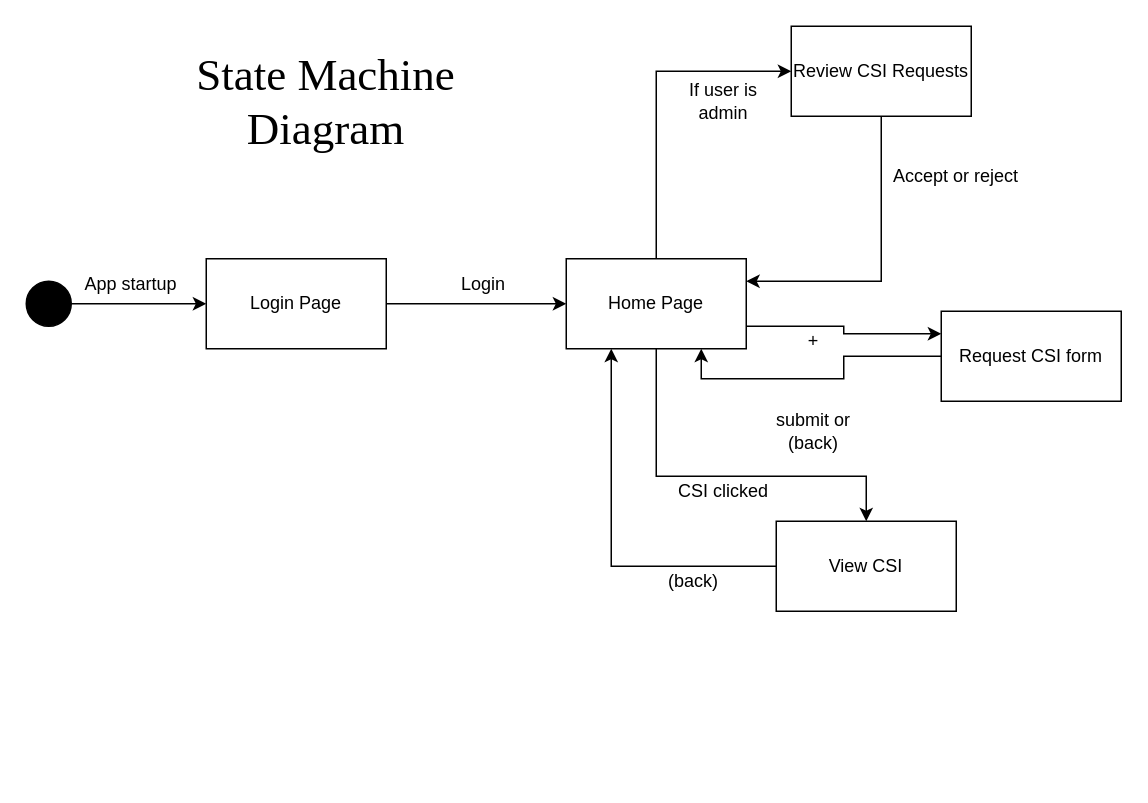
Before: Diagrams/State_diagram.drawio in Makizoro/Overclock, a draw.io diagram. Source tidied: cells renumbered, new cells numbered last; positions are measured from the earlier drawing's top-left corner, leaving out a move shared by most shapes. Both pictures are drawn from the tidied source at 150%, with x=0, y=0 at pixel (26, 26).
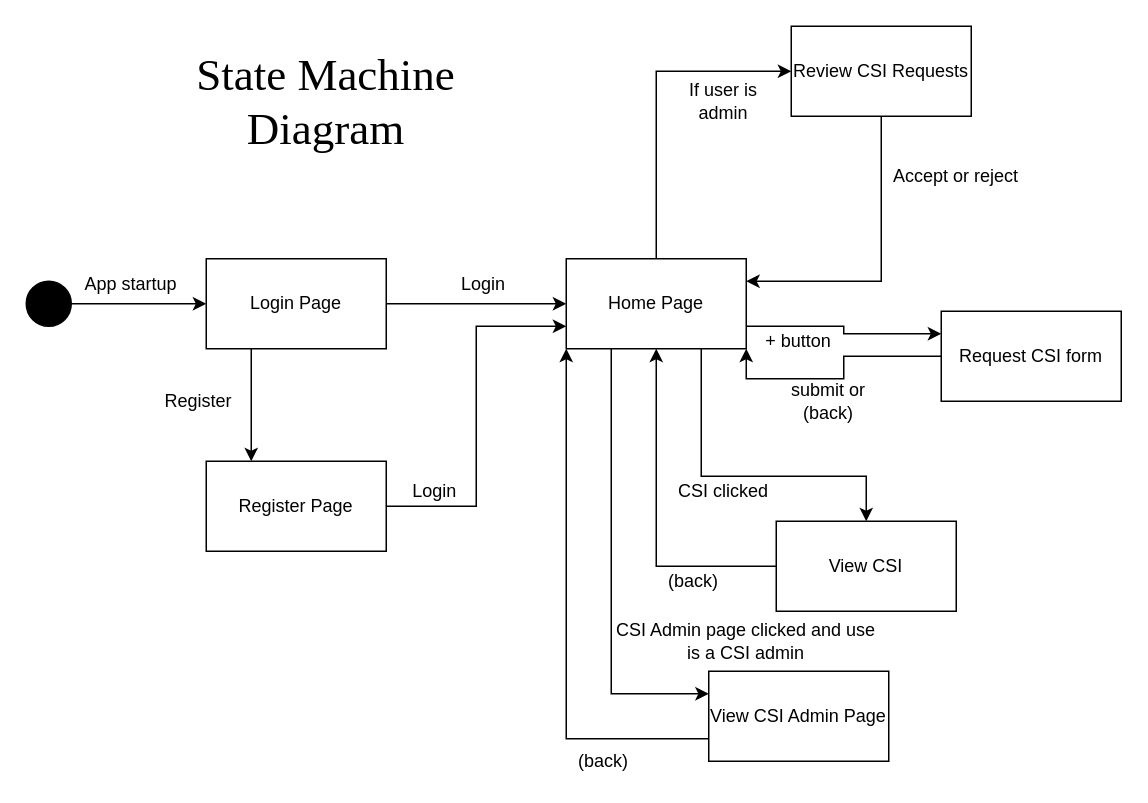
Above is the later version.

Unchanged cells that the change refers to:
```xml
<mxCell id="5" value="Login Page" style="rounded=0;whiteSpace=wrap;html=1;fillColor=#FFFFFF;" parent="1" vertex="1">
  <mxGeometry x="120" y="155" width="120" height="60" as="geometry" />
</mxCell>
<mxCell id="10" value="Home Page" style="rounded=0;whiteSpace=wrap;html=1;fillColor=#FFFFFF;" parent="1" vertex="1">
  <mxGeometry x="360" y="155" width="120" height="60" as="geometry" />
</mxCell>
<mxCell id="17" value="Request CSI form" style="rounded=0;whiteSpace=wrap;html=1;fillColor=#FFFFFF;" parent="1" vertex="1">
  <mxGeometry x="610" y="190" width="120" height="60" as="geometry" />
</mxCell>
<mxCell id="21" value="View CSI" style="rounded=0;whiteSpace=wrap;html=1;fillColor=#FFFFFF;" parent="1" vertex="1">
  <mxGeometry x="500" y="330" width="120" height="60" as="geometry" />
</mxCell>
```

Change to the diagram source:
```diff
@@
+    <mxCell id="25" style="edgeStyle=orthogonalEdgeStyle;rounded=0;jumpSize=6;jettySize=auto;html=1;exitX=0.25;exitY=1;exitDx=0;exitDy=0;entryX=0.25;entryY=0;entryDx=0;entryDy=0;endArrow=classic;endFill=1;endSize=6;" parent="1" edge="1" source="5" target="28">
+      <mxGeometry relative="1" as="geometry" />
+    </mxCell>
@@
-    <mxCell id="8" style="edgeStyle=orthogonalEdgeStyle;rounded=0;jettySize=auto;html=1;exitX=0.5;exitY=1;exitDx=0;exitDy=0;entryX=0.5;entryY=0;entryDx=0;entryDy=0;endArrow=classic;endFill=1;" parent="1" edge="1" source="10" target="21">
+    <mxCell id="8" style="edgeStyle=orthogonalEdgeStyle;rounded=0;jettySize=auto;html=1;exitX=0.75;exitY=1;exitDx=0;exitDy=0;entryX=0.5;entryY=0;entryDx=0;entryDy=0;endArrow=classic;endFill=1;" parent="1" edge="1" source="10" target="21">
       <mxGeometry relative="1" as="geometry">
         <Array as="points">
-          <mxPoint x="420" y="300" />
+          <mxPoint x="450" y="300" />
           <mxPoint x="560" y="300" />
         </Array>
       </mxGeometry>
     </mxCell>
@@
+    <mxCell id="26" style="edgeStyle=orthogonalEdgeStyle;rounded=0;jumpSize=6;jettySize=auto;html=1;exitX=0.25;exitY=1;exitDx=0;exitDy=0;entryX=0;entryY=0.25;entryDx=0;entryDy=0;endArrow=classic;endFill=1;endSize=6;" parent="1" edge="1" source="10" target="32">
+      <mxGeometry relative="1" as="geometry" />
+    </mxCell>
@@
-    <mxCell id="16" style="edgeStyle=orthogonalEdgeStyle;rounded=0;jettySize=auto;html=1;exitX=0;exitY=0.5;exitDx=0;exitDy=0;entryX=0.75;entryY=1;entryDx=0;entryDy=0;endArrow=classic;endFill=1;" parent="1" edge="1" source="17" target="10">
+    <mxCell id="16" style="edgeStyle=orthogonalEdgeStyle;rounded=0;jettySize=auto;html=1;exitX=0;exitY=0.5;exitDx=0;exitDy=0;entryX=1;entryY=1;entryDx=0;entryDy=0;endArrow=classic;endFill=1;" parent="1" edge="1" source="17" target="10">
       <mxGeometry relative="1" as="geometry" />
     </mxCell>
@@
-    <mxCell id="18" value="+" style="text;html=1;strokeColor=none;fillColor=none;align=center;verticalAlign=middle;whiteSpace=wrap;rounded=0;" parent="1" vertex="1">
-      <mxGeometry x="510" y="200" width="30" height="20" as="geometry" />
+    <mxCell id="18" value="+ button" style="text;html=1;strokeColor=none;fillColor=none;align=center;verticalAlign=middle;whiteSpace=wrap;rounded=0;" parent="1" vertex="1">
+      <mxGeometry x="490" y="200" width="50" height="20" as="geometry" />
     </mxCell>
     <mxCell id="19" value="submit or (back)" style="text;html=1;strokeColor=none;fillColor=none;align=center;verticalAlign=middle;whiteSpace=wrap;rounded=0;" parent="1" vertex="1">
-      <mxGeometry x="490" y="260" width="70" height="20" as="geometry" />
+      <mxGeometry x="500" y="240" width="70" height="20" as="geometry" />
     </mxCell>
-    <mxCell id="20" style="edgeStyle=orthogonalEdgeStyle;rounded=0;jettySize=auto;html=1;exitX=0;exitY=0.5;exitDx=0;exitDy=0;entryX=0.25;entryY=1;entryDx=0;entryDy=0;endArrow=classic;endFill=1;" parent="1" edge="1" source="21" target="10">
+    <mxCell id="20" style="edgeStyle=orthogonalEdgeStyle;rounded=0;jettySize=auto;html=1;exitX=0;exitY=0.5;exitDx=0;exitDy=0;entryX=0.5;entryY=1;entryDx=0;entryDy=0;endArrow=classic;endFill=1;" parent="1" edge="1" source="21" target="10">
       <mxGeometry relative="1" as="geometry" />
     </mxCell>
@@
+    <mxCell id="27" style="edgeStyle=orthogonalEdgeStyle;rounded=0;jumpSize=6;jettySize=auto;html=1;exitX=1;exitY=0.5;exitDx=0;exitDy=0;entryX=0;entryY=0.75;entryDx=0;entryDy=0;endArrow=classic;endFill=1;endSize=6;" parent="1" edge="1" source="28" target="10">
+      <mxGeometry relative="1" as="geometry" />
+    </mxCell>
+    <mxCell id="28" value="Register Page" style="rounded=0;whiteSpace=wrap;html=1;fillColor=#FFFFFF;" parent="1" vertex="1">
+      <mxGeometry x="120" y="290" width="120" height="60" as="geometry" />
+    </mxCell>
+    <mxCell id="29" value="Register" style="text;html=1;strokeColor=none;fillColor=none;align=center;verticalAlign=middle;whiteSpace=wrap;rounded=0;" parent="1" vertex="1">
+      <mxGeometry x="80" y="240" width="70" height="20" as="geometry" />
+    </mxCell>
+    <mxCell id="30" value="Login" style="text;html=1;strokeColor=none;fillColor=none;align=center;verticalAlign=middle;whiteSpace=wrap;rounded=0;" parent="1" vertex="1">
+      <mxGeometry x="250" y="300" width="45" height="20" as="geometry" />
+    </mxCell>
+    <mxCell id="31" style="edgeStyle=orthogonalEdgeStyle;rounded=0;jumpSize=6;jettySize=auto;html=1;exitX=0;exitY=0.75;exitDx=0;exitDy=0;entryX=0;entryY=1;entryDx=0;entryDy=0;endArrow=classic;endFill=1;endSize=6;" parent="1" edge="1" source="32" target="10">
+      <mxGeometry relative="1" as="geometry" />
+    </mxCell>
+    <mxCell id="32" value="View CSI Admin Page" style="rounded=0;whiteSpace=wrap;html=1;fillColor=#FFFFFF;" parent="1" vertex="1">
+      <mxGeometry x="455" y="430" width="120" height="60" as="geometry" />
+    </mxCell>
+    <mxCell id="33" value="CSI Admin page clicked and use is a CSI admin" style="text;html=1;strokeColor=none;fillColor=none;align=center;verticalAlign=middle;whiteSpace=wrap;rounded=0;" parent="1" vertex="1">
+      <mxGeometry x="390" y="400" width="180" height="20" as="geometry" />
+    </mxCell>
+    <mxCell id="34" value="(back)" style="text;html=1;strokeColor=none;fillColor=none;align=center;verticalAlign=middle;whiteSpace=wrap;rounded=0;" parent="1" vertex="1">
+      <mxGeometry x="360" y="480" width="50" height="20" as="geometry" />
+    </mxCell>
```
